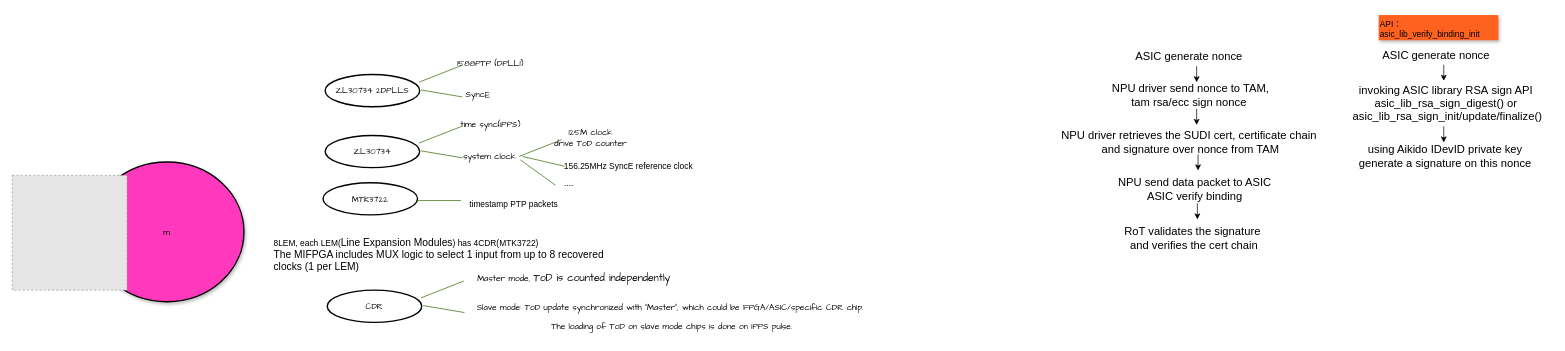
The draw.io diagram EDCS-23495139-PTP_for_Edelweiss.drawio in kongzhongfeima/draw_io, before the edit. Source tidied: cells renumbered, new cells numbered last; positions are measured from the earlier drawing's top-left corner, leaving out a move shared by most shapes. Both pictures are drawn from the tidied source at 70%, with x=0, y=0 at pixel (12, 15). Pictures stored in the file or linked from it are replaced by grey dashed boxes.
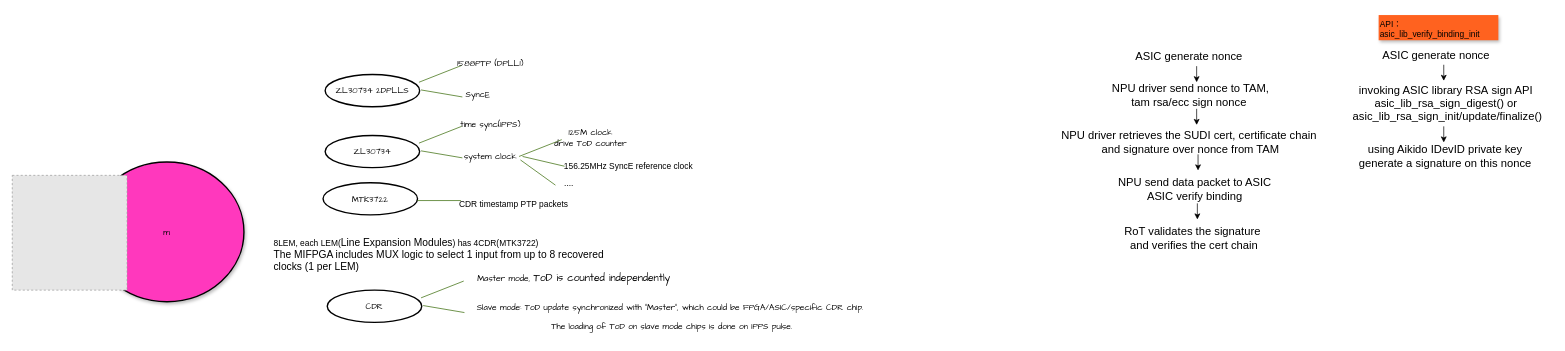
After the change.

The edit, as a diff of the source:
```diff
@@
     <mxCell id="6" value="system clock" style="text;html=1;align=center;verticalAlign=middle;labelBackgroundColor=none;fontFamily=Comic Sans MS;rotation=0;" parent="1" vertex="1">
-      <mxGeometry x="681.5" y="202" as="geometry" />
+      <mxGeometry x="681.5" y="202" as="geometry">
+        <mxPoint x="1" as="offset" />
+      </mxGeometry>
     </mxCell>
@@
-    <mxCell id="31" value="timestamp PTP packets" style="text;html=1;align=center;verticalAlign=middle;strokeColor=none;fillColor=none;" parent="1" vertex="1">
-      <mxGeometry x="643" y="257" width="145" height="26" as="geometry" />
+    <mxCell id="31" value="CDR timestamp PTP packets" style="text;html=1;align=center;verticalAlign=middle;strokeColor=none;fillColor=none;" parent="1" vertex="1">
+      <mxGeometry x="629" y="257" width="174" height="26" as="geometry" />
     </mxCell>
```
